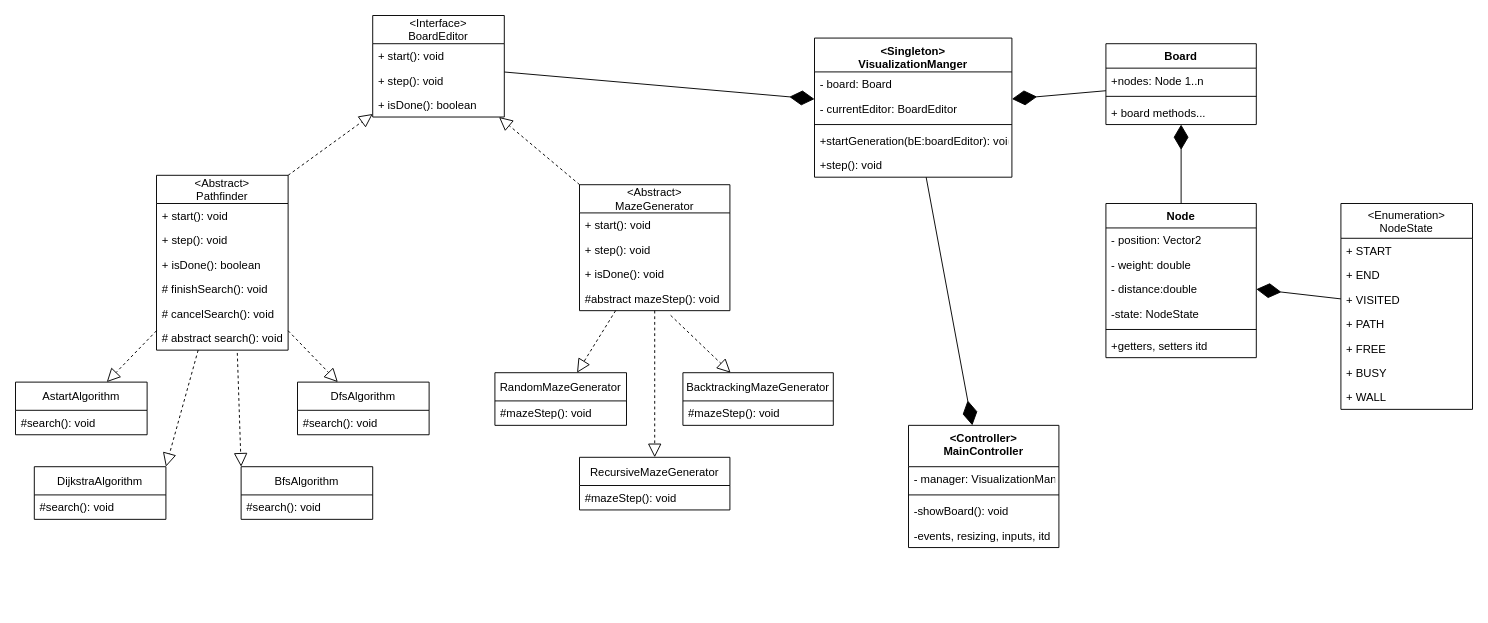
Above: SimpleClassDiagram.drawio in a-float/PO-pathfinding-visualizer (draw.io), before the change. Source tidied: cells renumbered, new cells numbered last; positions are measured from the earlier drawing's top-left corner, leaving out a move shared by most shapes. Both pictures are drawn from the tidied source at 94%, with x=0, y=0 at pixel (15, 15).
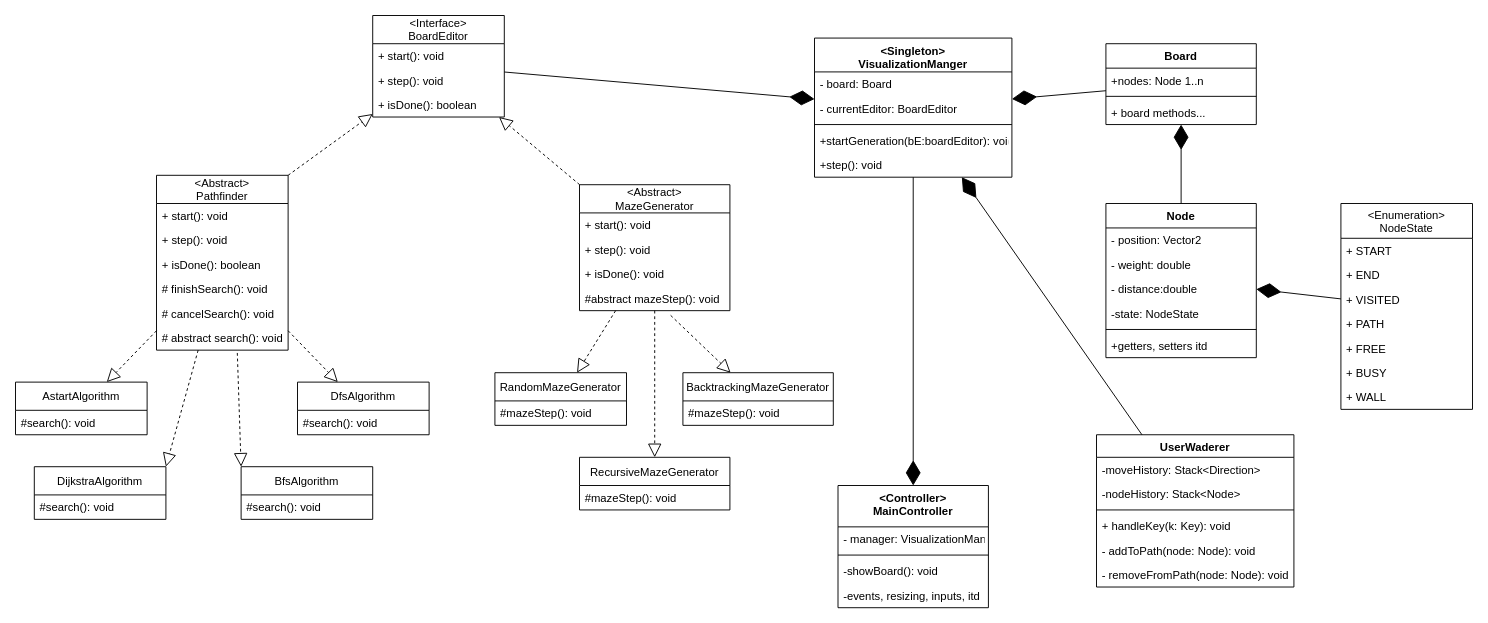
The same page after the edit.

The change refers to these unchanged cells:
```xml
<mxCell id="45" value="&lt;Singleton&gt;&#10;VisualizationManger" style="swimlane;fontStyle=1;align=center;verticalAlign=top;horizontal=1;startSize=36;" parent="1" vertex="1">
  <mxGeometry x="850" y="24" width="210" height="148" as="geometry" />
</mxCell>
```

Diff of the diagram source:
```diff
@@
     <mxCell id="70" value="&lt;Controller&gt;&#10;MainController&#10;" style="swimlane;fontStyle=1;align=center;verticalAlign=top;horizontal=1;startSize=44;" parent="1" vertex="1">
-      <mxGeometry x="950" y="436" width="160" height="130" as="geometry" />
+      <mxGeometry x="875" y="500" width="160" height="130" as="geometry" />
     </mxCell>
@@
+    <mxCell id="76" value="UserWaderer" style="swimlane;fontStyle=1;align=center;verticalAlign=top;horizontal=1;startSize=24;" parent="1" vertex="1">
+      <mxGeometry x="1150" y="446" width="210" height="162" as="geometry" />
+    </mxCell>
+    <mxCell id="77" value="-moveHistory: Stack&lt;Direction&gt;" style="text;strokeColor=none;fillColor=none;align=left;verticalAlign=top;spacingLeft=4;spacingRight=4;overflow=hidden;" parent="76" vertex="1">
+      <mxGeometry y="24" width="210" height="26" as="geometry" />
+    </mxCell>
+    <mxCell id="78" value="-nodeHistory: Stack&lt;Node&gt;" style="text;strokeColor=none;fillColor=none;align=left;verticalAlign=top;spacingLeft=4;spacingRight=4;overflow=hidden;" parent="76" vertex="1">
+      <mxGeometry y="50" width="210" height="26" as="geometry" />
+    </mxCell>
+    <mxCell id="79" style="line;strokeWidth=1;fillColor=none;align=left;verticalAlign=middle;spacingTop=-1;spacingLeft=3;spacingRight=3;labelPosition=right;" parent="76" vertex="1">
+      <mxGeometry y="76" width="210" height="8" as="geometry" />
+    </mxCell>
+    <mxCell id="80" value="+ handleKey(k: Key): void" style="text;strokeColor=none;fillColor=none;align=left;verticalAlign=top;spacingLeft=4;spacingRight=4;overflow=hidden;" parent="76" vertex="1">
+      <mxGeometry y="84" width="210" height="26" as="geometry" />
+    </mxCell>
+    <mxCell id="81" value="- addToPath(node: Node): void" style="text;strokeColor=none;fillColor=none;align=left;verticalAlign=top;spacingLeft=4;spacingRight=4;overflow=hidden;" parent="76" vertex="1">
+      <mxGeometry y="110" width="210" height="26" as="geometry" />
+    </mxCell>
+    <mxCell id="82" value="- removeFromPath(node: Node): void" style="text;strokeColor=none;fillColor=none;align=left;verticalAlign=top;spacingLeft=4;spacingRight=4;overflow=hidden;" parent="76" vertex="1">
+      <mxGeometry y="136" width="210" height="26" as="geometry" />
+    </mxCell>
+    <mxCell id="83" style="endArrow=diamondThin;endFill=1;endSize=24;html=1;" parent="1" edge="1" source="76" target="45">
+      <mxGeometry relative="1" as="geometry" />
+    </mxCell>
```
